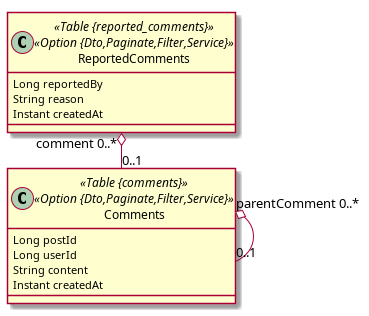
This is infra/db/jdl/comment_db.png from phungle2508/AppF4, a PlantUML export, as it was before one commit.
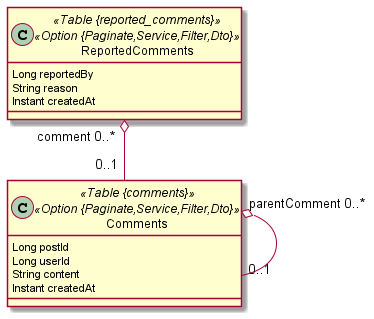
Above is the later version.

Change to the diagram source:
```diff
@@ -1,13 +1,12 @@
 @startuml
-	!pragma layout smetana
 	!pragma syntax class
-	class Comments <<Table {comments}>><<Option {Dto,Paginate,Filter,Service}>> {
+	class Comments <<Table {comments}>><<Option {Paginate,Service,Filter,Dto}>> {
 		Long postId
 		Long userId
 		String content
 		Instant createdAt
 	}
-	class ReportedComments <<Table {reported_comments}>><<Option {Dto,Paginate,Filter,Service}>> {
+	class ReportedComments <<Table {reported_comments}>><<Option {Paginate,Service,Filter,Dto}>> {
 		Long reportedBy
 		String reason
 		Instant createdAt
```
